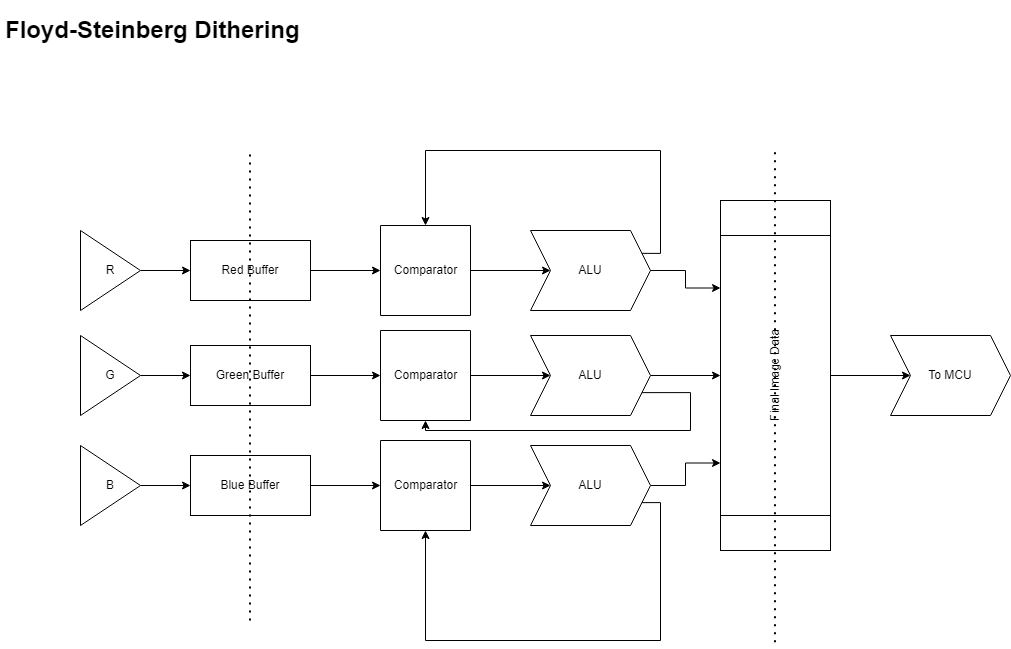
This is Proposal/fpga_image_processing.drawio.png from Jellyyz/Floyd-Steinberg-Dithering-Hardware-Accelerator, a draw.io export, as it was before one commit. Source tidied: cells renumbered, new cells last; positions are measured from the earlier drawing's top-left corner, leaving out a move shared by most shapes.
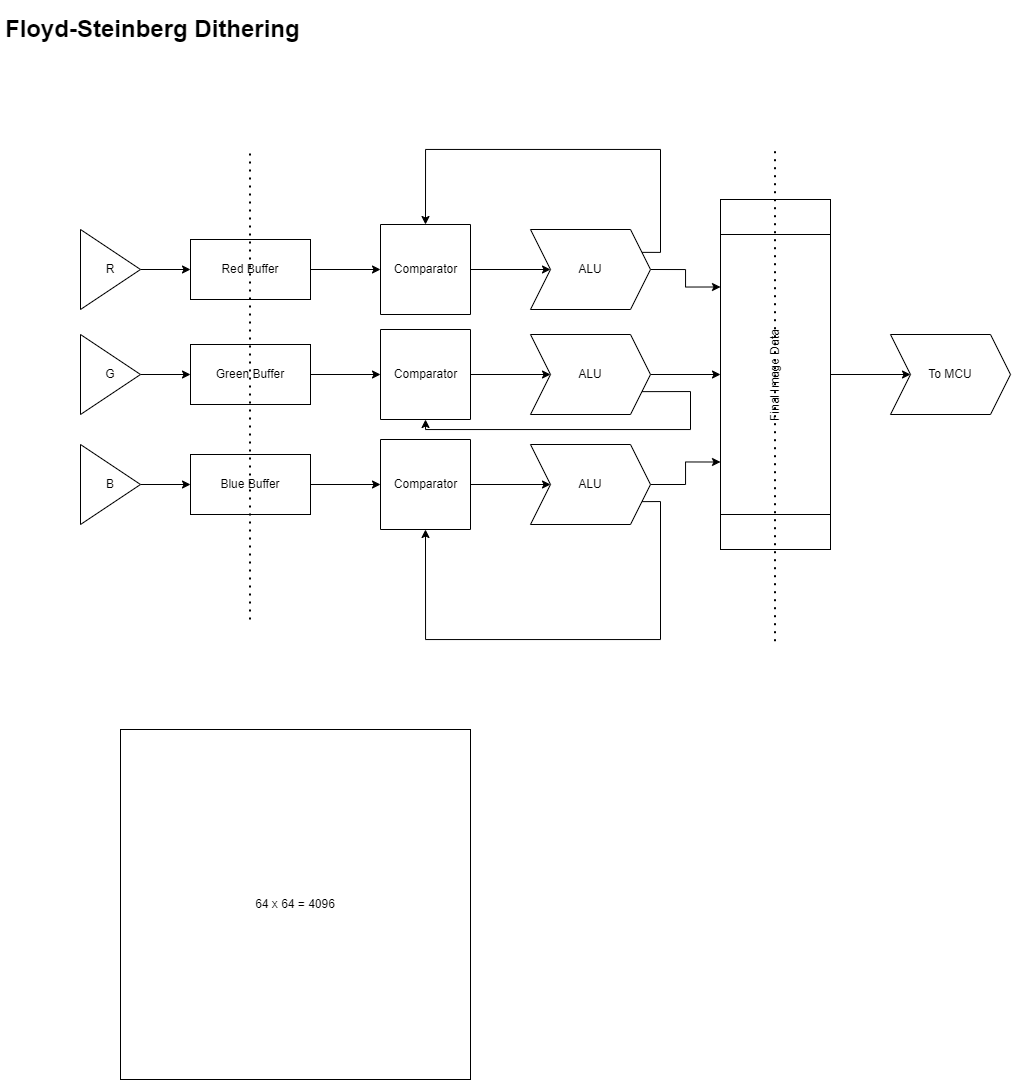
After the commit.

Change to the diagram source:
```diff
@@ -134,5 +134,8 @@
         <mxPoint x="774.5" y="140" as="targetPoint" />
       </mxGeometry>
     </mxCell>
+    <mxCell id="38" value="64 x 64 = 4096" style="whiteSpace=wrap;html=1;" parent="1" vertex="1">
+      <mxGeometry x="120" y="720" width="350" height="350" as="geometry" />
+    </mxCell>
   </root>
 </mxGraphModel>
```
